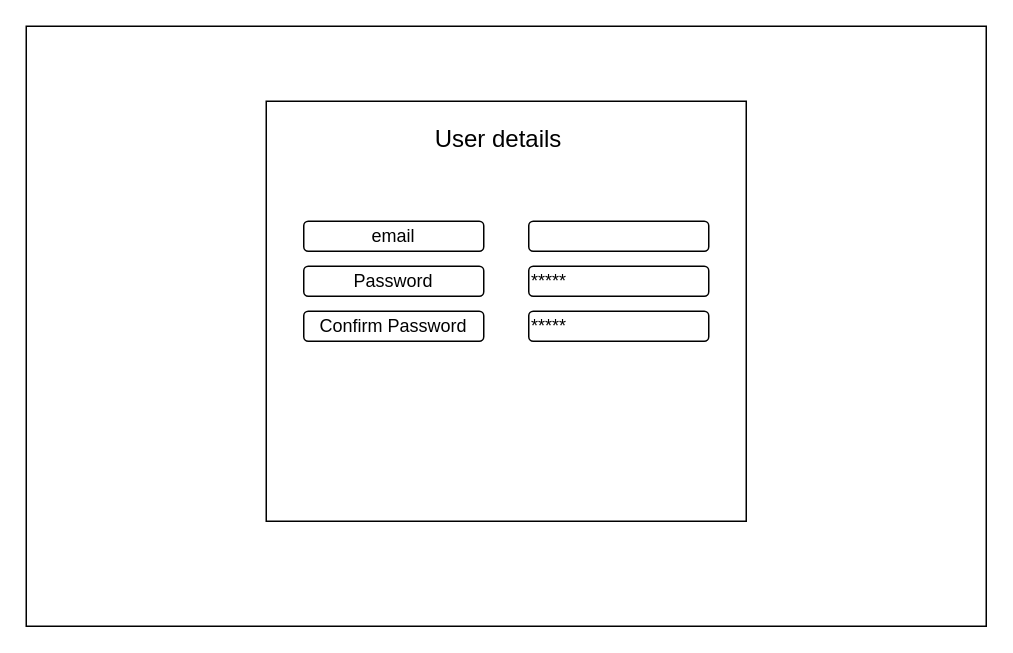
malshan1998/draw.io keeps this draw.io diagram as Registration_page.drawio. Above is the earlier version. Source tidied: cells renumbered, new cells numbered last; positions are measured from the earlier drawing's top-left corner, leaving out a move shared by most shapes. Both pictures are drawn from the tidied source at 150%, with x=0, y=0 at pixel (26, 26).
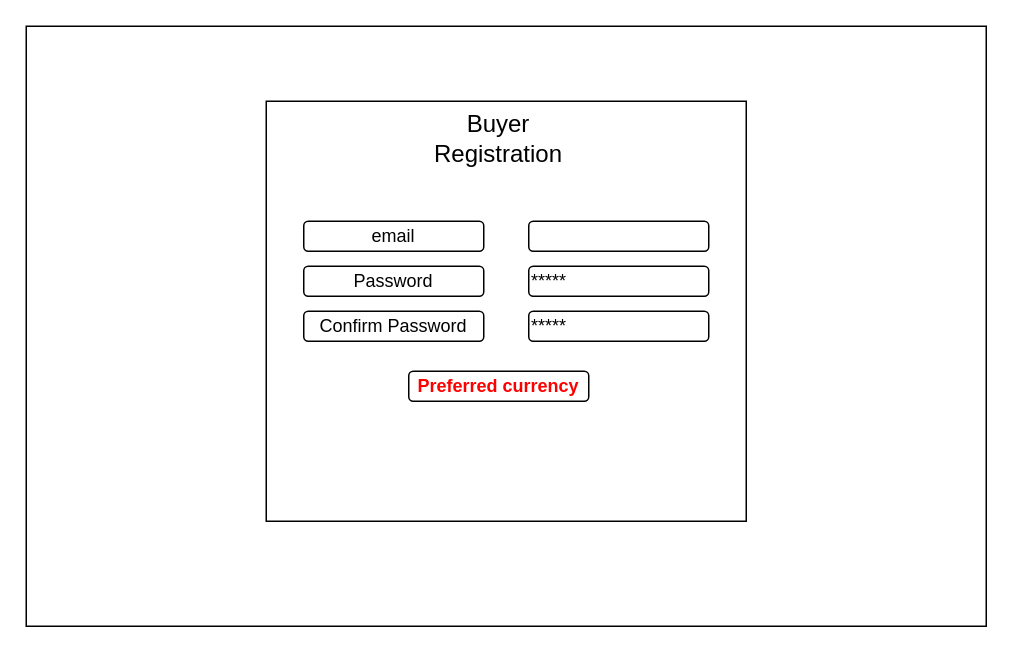
Above is the later version.

The edit, as a diff of the source:
```diff
@@
 <mxGraphModel>
   <root>
     <mxCell id="0" />
     <mxCell id="1" parent="0" />
     <mxCell id="2" style="rounded=0;whiteSpace=wrap;html=1;fillColor=none;" parent="1" vertex="1">
       <mxGeometry width="640" height="400" as="geometry" />
     </mxCell>
     <mxCell id="3" style="rounded=0;whiteSpace=wrap;html=1;fillColor=none;" parent="1" vertex="1">
       <mxGeometry x="160" y="50" width="320" height="280" as="geometry" />
     </mxCell>
     <mxCell id="4" style="rounded=1;whiteSpace=wrap;html=1;" parent="1" vertex="1">
       <mxGeometry x="335" y="130" width="120" height="20" as="geometry" />
     </mxCell>
     <mxCell id="5" value="&lt;div align=&quot;left&quot;&gt;*****&lt;/div&gt;" style="rounded=1;whiteSpace=wrap;html=1;align=left;" parent="1" vertex="1">
       <mxGeometry x="335" y="160" width="120" height="20" as="geometry" />
     </mxCell>
     <mxCell id="6" value="&lt;div align=&quot;left&quot;&gt;*****&lt;/div&gt;" style="rounded=1;whiteSpace=wrap;html=1;align=left;" parent="1" vertex="1">
       <mxGeometry x="335" y="190" width="120" height="20" as="geometry" />
     </mxCell>
-    <mxCell id="7" value="User details" style="rounded=0;whiteSpace=wrap;html=1;fillColor=none;strokeColor=none;fontSize=16;" parent="1" vertex="1">
+    <mxCell id="7" value="Buyer Registration" style="rounded=0;whiteSpace=wrap;html=1;fillColor=none;strokeColor=none;fontSize=16;" parent="1" vertex="1">
       <mxGeometry x="255" y="60" width="120" height="30" as="geometry" />
     </mxCell>
     <mxCell id="8" value="Password" style="rounded=1;whiteSpace=wrap;html=1;fillColor=none;" parent="1" vertex="1">
       <mxGeometry x="185" y="160" width="120" height="20" as="geometry" />
     </mxCell>
     <mxCell id="9" value="Confirm Password" style="rounded=1;whiteSpace=wrap;html=1;fillColor=none;" parent="1" vertex="1">
       <mxGeometry x="185" y="190" width="120" height="20" as="geometry" />
     </mxCell>
     <mxCell id="10" value="email" style="rounded=1;whiteSpace=wrap;html=1;fillColor=none;" parent="1" vertex="1">
       <mxGeometry x="185" y="130" width="120" height="20" as="geometry" />
     </mxCell>
+    <mxCell id="11" value="&lt;div&gt;Preferred currency&lt;/div&gt;" style="rounded=1;whiteSpace=wrap;html=1;fontStyle=1;fontColor=#ff0000;" parent="1" vertex="1">
+      <mxGeometry x="255" y="230" width="120" height="20" as="geometry" />
+    </mxCell>
   </root>
 </mxGraphModel>
```
